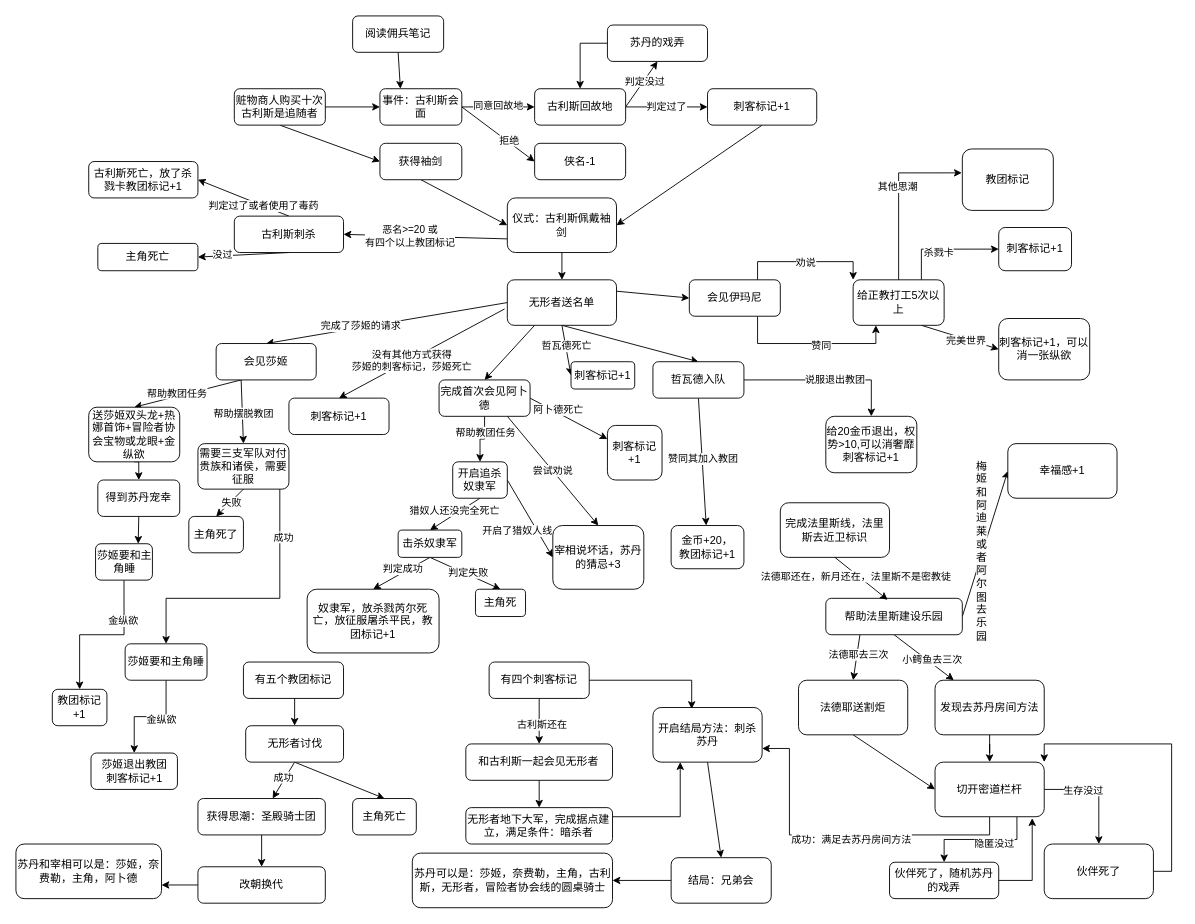
The draw.io diagram workflow/ac.drawio in dixiyao/Sudan-Mod, before the edit. Source tidied: cells renumbered, new cells numbered last; positions are measured from the earlier drawing's top-left corner, leaving out a move shared by most shapes. Both pictures are drawn from the tidied source at 91%, with x=0, y=0 at pixel (15, 15).
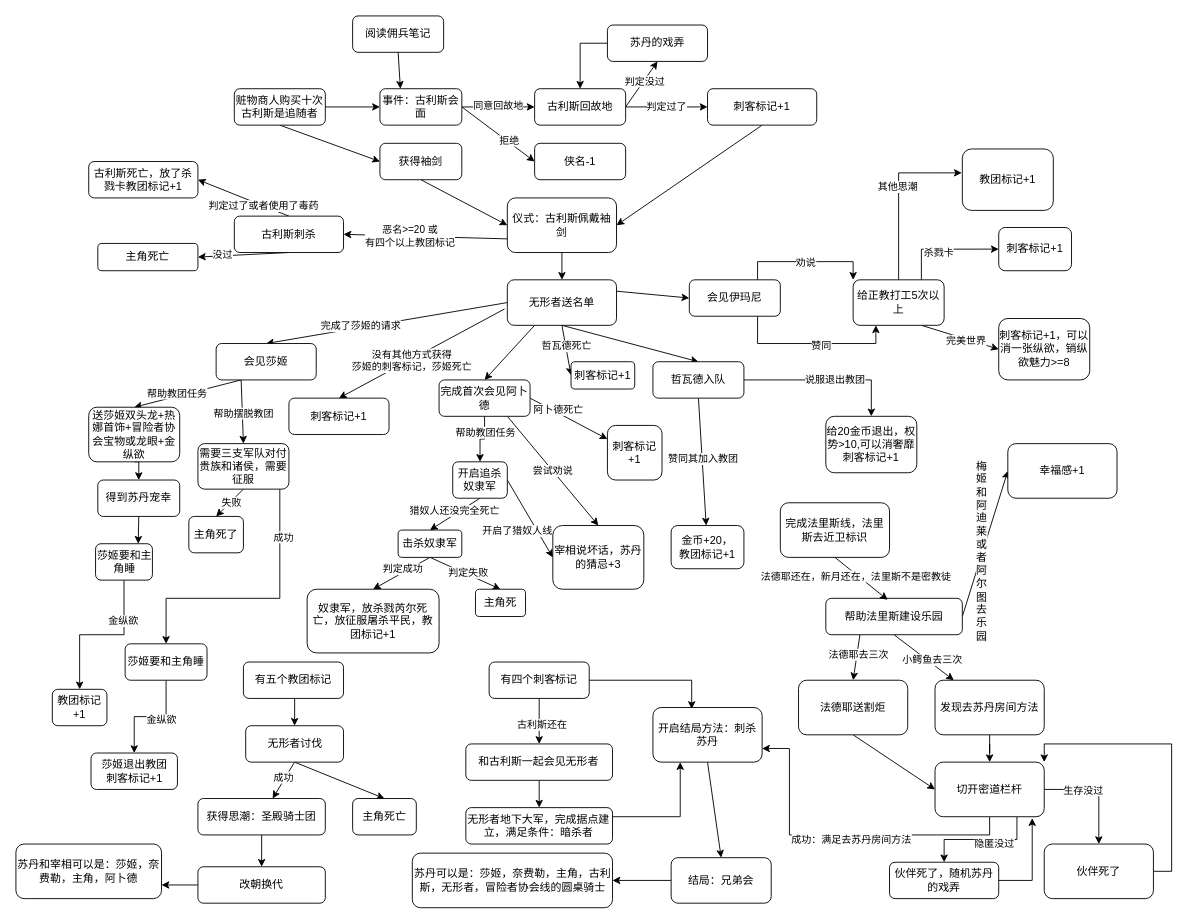
The same page after the edit.

The edit, as a diff of the source:
```diff
@@
-    <mxCell id="101" value="刺客标记+1，可以消一张纵欲" style="rounded=1;whiteSpace=wrap;html=1;" parent="1" vertex="1">
+    <mxCell id="101" value="刺客标记+1，可以消一张纵欲，销纵欲魅力&amp;gt;=8" style="rounded=1;whiteSpace=wrap;html=1;" parent="1" vertex="1">
       <mxGeometry x="1080" y="332.5" width="100" height="67.5" as="geometry" />
     </mxCell>
@@
-    <mxCell id="158" value="教团标记" style="rounded=1;whiteSpace=wrap;html=1;" parent="1" vertex="1">
+    <mxCell id="158" value="教团标记+1" style="rounded=1;whiteSpace=wrap;html=1;" parent="1" vertex="1">
       <mxGeometry x="1040" y="146.2" width="100" height="67.5" as="geometry" />
     </mxCell>
```
